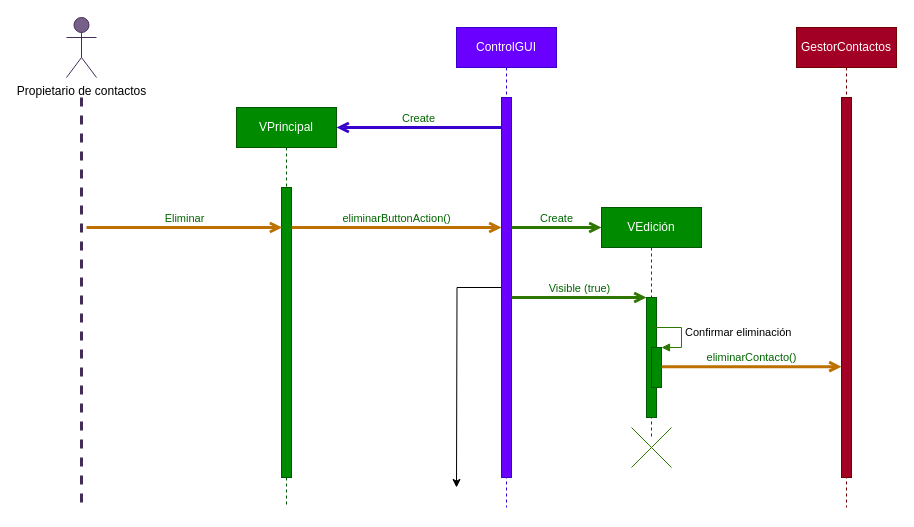
The draw.io diagram diagramas/diagramas de secuencia/secuenciaC2_Eliminar.drawio in JuanCarlosGarciaZepeda/SmartScheduler, before the edit. Source tidied: cells renumbered, new cells numbered last; positions are measured from the earlier drawing's top-left corner, leaving out a move shared by most shapes. Both pictures are drawn from the tidied source at 100%, with x=0, y=0 at pixel (66, 17).
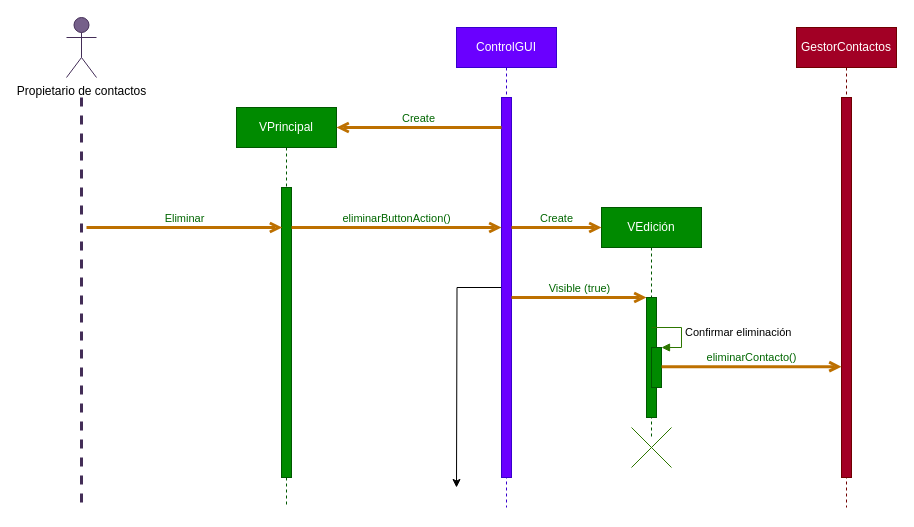
After the change.

Unchanged cells that the change refers to:
```xml
<mxCell id="8" style="html=1;points=[];perimeter=orthogonalPerimeter;fillColor=#6a00ff;strokeColor=#3700CC;fontColor=#ffffff;" parent="6" vertex="1">
  <mxGeometry x="45" y="70" width="10" height="380" as="geometry" />
</mxCell>
<mxCell id="13" style="html=1;points=[];perimeter=orthogonalPerimeter;fillColor=#008a00;strokeColor=#005700;fontColor=#ffffff;" parent="12" vertex="1">
  <mxGeometry x="45" y="90" width="10" height="120" as="geometry" />
</mxCell>
```

Diff of the diagram source:
```diff
@@
-    <mxCell id="10" value="Create" style="html=1;verticalAlign=bottom;labelBackgroundColor=none;endArrow=open;endFill=0;fontColor=#006600;strokeWidth=3;fillColor=#6a00ff;strokeColor=#3700CC;" parent="1" edge="1" source="8">
+    <mxCell id="10" value="Create" style="html=1;verticalAlign=bottom;labelBackgroundColor=none;endArrow=open;endFill=0;fontColor=#006600;strokeWidth=3;fillColor=#f0a30a;strokeColor=#BD7000;" parent="1" edge="1" source="8">
       <mxGeometry relative="1" as="geometry">
         <mxPoint x="270" y="110" as="targetPoint" />
       </mxGeometry>
     </mxCell>
@@
-    <mxCell id="16" value="Create" style="html=1;verticalAlign=bottom;labelBackgroundColor=none;endArrow=open;endFill=0;fontColor=#006600;strokeWidth=3;fillColor=#60a917;strokeColor=#2D7600;" parent="1" edge="1" source="8">
+    <mxCell id="16" value="Create" style="html=1;verticalAlign=bottom;labelBackgroundColor=none;endArrow=open;endFill=0;fontColor=#006600;strokeWidth=3;fillColor=#f0a30a;strokeColor=#BD7000;" parent="1" edge="1" source="8">
       <mxGeometry relative="1" as="geometry">
         <mxPoint x="535" y="210" as="targetPoint" />
       </mxGeometry>
     </mxCell>
-    <mxCell id="17" value="Visible (true)" style="html=1;verticalAlign=bottom;labelBackgroundColor=none;endArrow=open;endFill=0;fontColor=#006600;strokeWidth=3;fillColor=#60a917;strokeColor=#2D7600;" parent="1" edge="1" source="8" target="13">
+    <mxCell id="17" value="Visible (true)" style="html=1;verticalAlign=bottom;labelBackgroundColor=none;endArrow=open;endFill=0;fontColor=#006600;strokeWidth=3;fillColor=#f0a30a;strokeColor=#BD7000;" parent="1" edge="1" source="8" target="13">
       <mxGeometry relative="1" as="geometry" />
     </mxCell>
```
